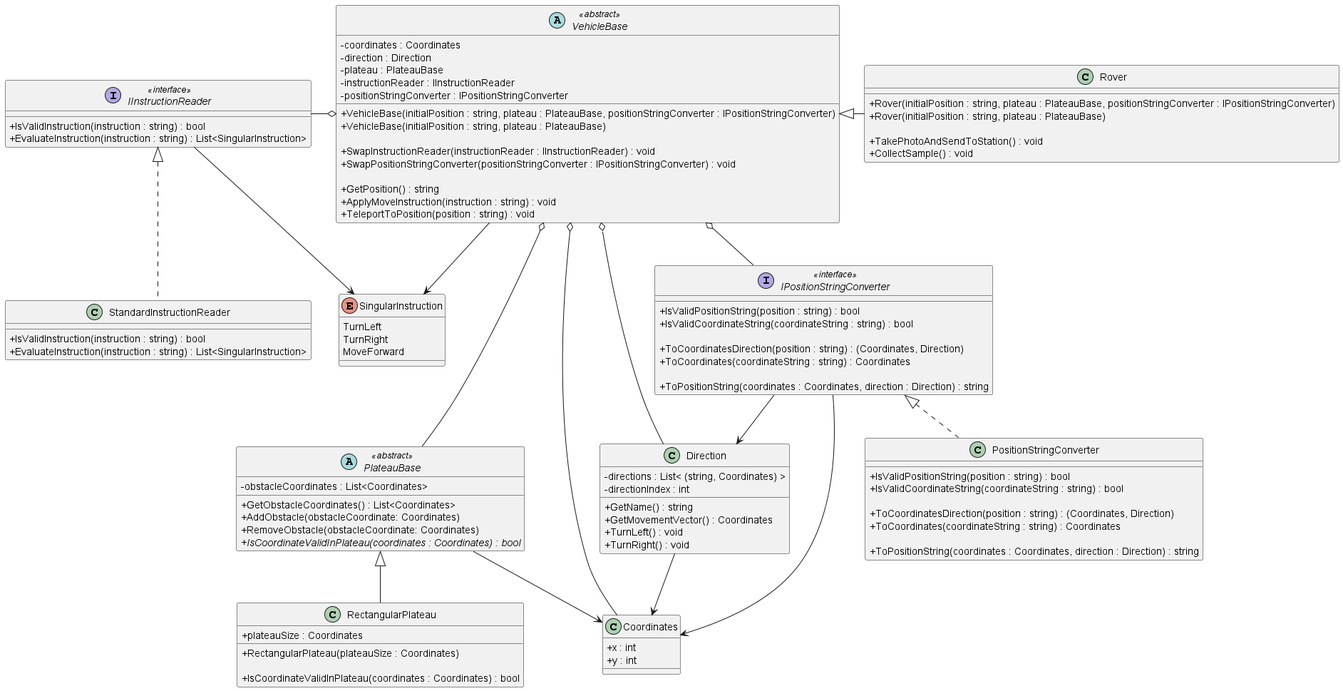
iamfranco/MarsRoverChallenge keeps this PlantUML diagram as puml/Mars Rover Challenge.png. Above is the earlier version.
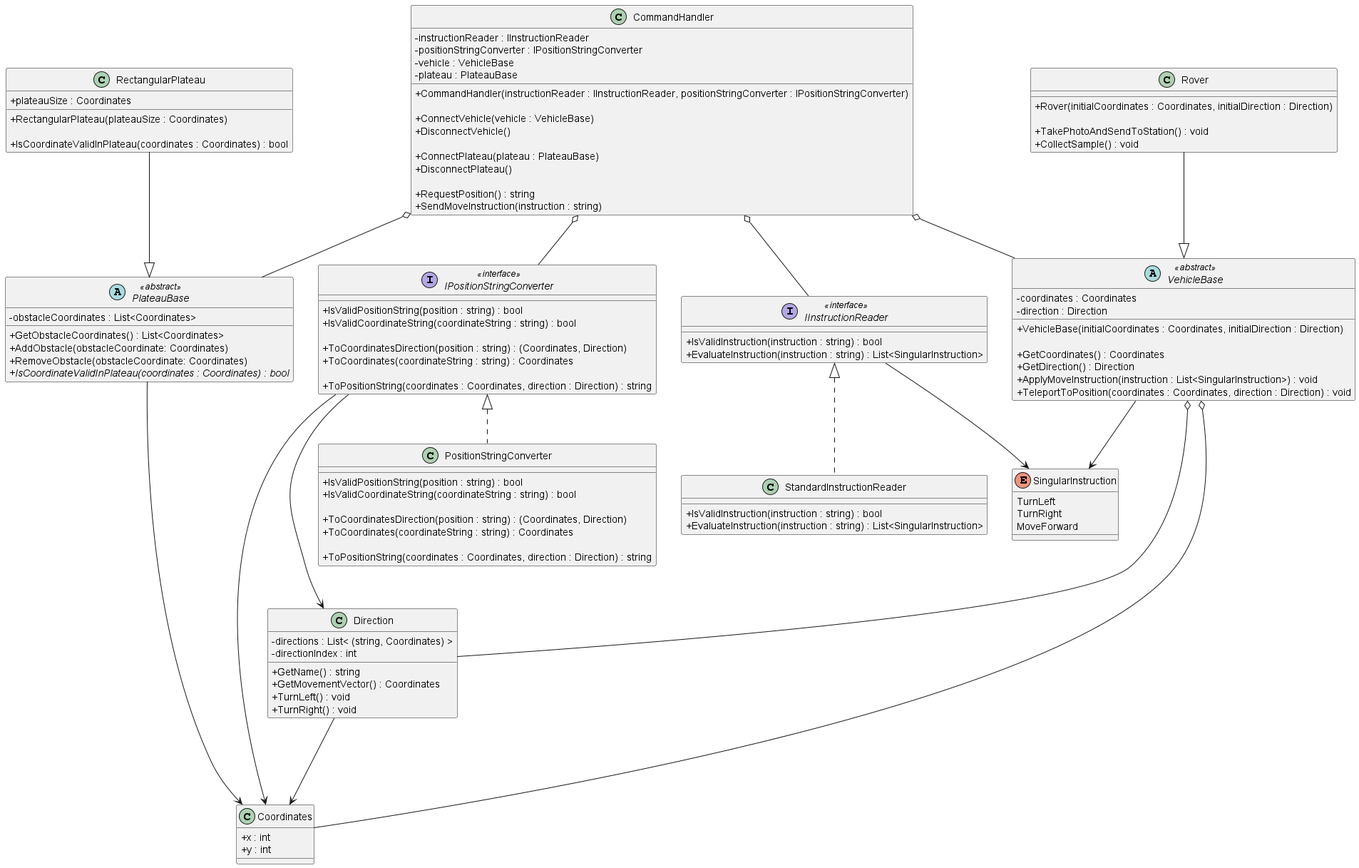
After the commit.

Commit message:
UML: add CommandHandler class and move VehicleBase command related members into it

The edit, as a diff of the source:
```diff
@@ -82,49 +82,62 @@
 {
   - coordinates : Coordinates
   - direction : Direction
-  - plateau : PlateauBase
-  - instructionReader : IInstructionReader
-  - positionStringConverter : IPositionStringConverter
 
-  + VehicleBase(initialPosition : string, plateau : PlateauBase, positionStringConverter : IPositionStringConverter)
-  + VehicleBase(initialPosition : string, plateau : PlateauBase)
+  + VehicleBase(initialCoordinates : Coordinates, initialDirection : Direction)
 
-  + SwapInstructionReader(instructionReader : IInstructionReader) : void
-  + SwapPositionStringConverter(positionStringConverter : IPositionStringConverter) : void
-
-  + GetPosition() : string
-  + ApplyMoveInstruction(instruction : string) : void
-  + TeleportToPosition(position : string) : void
+  + GetCoordinates() : Coordinates
+  + GetDirection() : Direction
+  + ApplyMoveInstruction(instruction : List<SingularInstruction>) : void
+  + TeleportToPosition(coordinates : Coordinates, direction : Direction) : void
 }
 
 class Rover
 {
-  + Rover(initialPosition : string, plateau : PlateauBase, positionStringConverter : IPositionStringConverter)
-  + Rover(initialPosition : string, plateau : PlateauBase)
+  + Rover(initialCoordinates : Coordinates, initialDirection : Direction)
 
   + TakePhotoAndSendToStation() : void
   + CollectSample() : void
 }
 
-IInstructionReader -> SingularInstruction
+class CommandHandler
+{
+  - instructionReader : IInstructionReader
+  - positionStringConverter : IPositionStringConverter
+  - vehicle : VehicleBase
+  - plateau : PlateauBase
+
+  + CommandHandler(instructionReader : IInstructionReader, positionStringConverter : IPositionStringConverter)
+
+  + ConnectVehicle(vehicle : VehicleBase)
+  + DisconnectVehicle()
+
+  + ConnectPlateau(plateau : PlateauBase)
+  + DisconnectPlateau()
+
+  + RequestPosition() : string
+  + SendMoveInstruction(instruction : string)
+}
+
+CommandHandler o-- IInstructionReader
+CommandHandler o-- IPositionStringConverter
+CommandHandler o-- VehicleBase
+CommandHandler o-- PlateauBase
+
+IInstructionReader --> SingularInstruction
 IInstructionReader <|.. StandardInstructionReader
-PlateauBase <|-- RectangularPlateau
+
+VehicleBase <|-u- Rover
+VehicleBase --> SingularInstruction
+VehicleBase o--- Direction
+VehicleBase o---- Coordinates
 
 IPositionStringConverter <|.. PositionStringConverter
+IPositionStringConverter ---> Direction
+IPositionStringConverter ----> Coordinates
 
-VehicleBase <|-r- Rover
+PlateauBase <|-u- RectangularPlateau
+PlateauBase -----> Coordinates
 
-PlateauBase --> Coordinates
 Direction --> Coordinates
-IPositionStringConverter --> Coordinates
-IPositionStringConverter --> Direction
-
-VehicleBase o-- Coordinates
-VehicleBase o-- Direction
-VehicleBase o--- PlateauBase
-VehicleBase o-l IInstructionReader
-VehicleBase o-- IPositionStringConverter
-
-VehicleBase --> SingularInstruction
 
 @enduml
```
